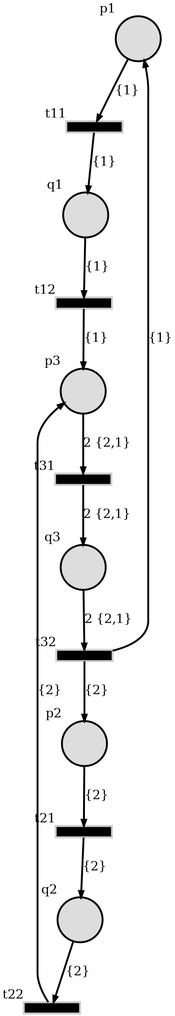
Before: src/timed_net/graph.png, a diagram exported from Graphviz (dmrokan/soyutnet-simulations). Its source is kept beside it as src/timed_net/graph.gv.
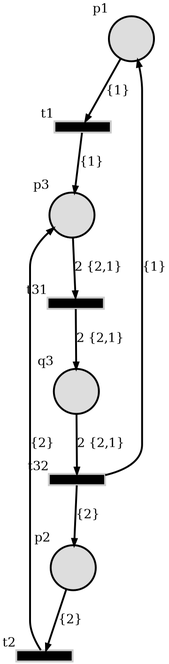
After the commit.

Diff of the diagram source:
```diff
@@ -1,27 +1,19 @@
 digraph Net {
 	subgraph cluster_0 {
 		p1_0 [shape="circle",fontsize="20",style="filled",color="#000000",fillcolor="#dddddd",label="",xlabel="p1",height="1",width="1",penwidth=3];
-		q1_0 [shape="circle",fontsize="20",style="filled",color="#000000",fillcolor="#dddddd",label="",xlabel="q1",height="1",width="1",penwidth=3];
-		t11_0 [shape="box",fontsize="20",style="filled",color="#cccccc",fillcolor="#000000",label="",xlabel="t11",height="0.25",width="1.25",penwidth=3];
-		t12_0 [shape="box",fontsize="20",style="filled",color="#cccccc",fillcolor="#000000",label="",xlabel="t12",height="0.25",width="1.25",penwidth=3];
+		t1_0 [shape="box",fontsize="20",style="filled",color="#cccccc",fillcolor="#000000",label="",xlabel="t1",height="0.25",width="1.25",penwidth=3];
 		p2_0 [shape="circle",fontsize="20",style="filled",color="#000000",fillcolor="#dddddd",label="",xlabel="p2",height="1",width="1",penwidth=3];
-		q2_0 [shape="circle",fontsize="20",style="filled",color="#000000",fillcolor="#dddddd",label="",xlabel="q2",height="1",width="1",penwidth=3];
-		t21_0 [shape="box",fontsize="20",style="filled",color="#cccccc",fillcolor="#000000",label="",xlabel="t21",height="0.25",width="1.25",penwidth=3];
-		t22_0 [shape="box",fontsize="20",style="filled",color="#cccccc",fillcolor="#000000",label="",xlabel="t22",height="0.25",width="1.25",penwidth=3];
+		t2_0 [shape="box",fontsize="20",style="filled",color="#cccccc",fillcolor="#000000",label="",xlabel="t2",height="0.25",width="1.25",penwidth=3];
 		p3_0 [shape="circle",fontsize="20",style="filled",color="#000000",fillcolor="#dddddd",label="",xlabel="p3",height="1",width="1",penwidth=3];
 		q3_0 [shape="circle",fontsize="20",style="filled",color="#000000",fillcolor="#dddddd",label="",xlabel="q3",height="1",width="1",penwidth=3];
 		t31_0 [shape="box",fontsize="20",style="filled",color="#cccccc",fillcolor="#000000",label="",xlabel="t31",height="0.25",width="1.25",penwidth=3];
 		t32_0 [shape="box",fontsize="20",style="filled",color="#cccccc",fillcolor="#000000",label="",xlabel="t32",height="0.25",width="1.25",penwidth=3];
 		t32_0 -> p1_0 [fontsize="20",label="{1}",minlen="2",penwidth="3"];
-		t11_0 -> q1_0 [fontsize="20",label="{1}",minlen="2",penwidth="3"];
-		p1_0 -> t11_0 [fontsize="20",label="{1}",minlen="2",penwidth="3"];
-		q1_0 -> t12_0 [fontsize="20",label="{1}",minlen="2",penwidth="3"];
+		p1_0 -> t1_0 [fontsize="20",label="{1}",minlen="2",penwidth="3"];
 		t32_0 -> p2_0 [fontsize="20",label="{2}",minlen="2",penwidth="3"];
-		t21_0 -> q2_0 [fontsize="20",label="{2}",minlen="2",penwidth="3"];
-		p2_0 -> t21_0 [fontsize="20",label="{2}",minlen="2",penwidth="3"];
-		q2_0 -> t22_0 [fontsize="20",label="{2}",minlen="2",penwidth="3"];
-		t12_0 -> p3_0 [fontsize="20",label="{1}",minlen="2",penwidth="3"];
-		t22_0 -> p3_0 [fontsize="20",label="{2}",minlen="2",penwidth="3"];
+		p2_0 -> t2_0 [fontsize="20",label="{2}",minlen="2",penwidth="3"];
+		t1_0 -> p3_0 [fontsize="20",label="{1}",minlen="2",penwidth="3"];
+		t2_0 -> p3_0 [fontsize="20",label="{2}",minlen="2",penwidth="3"];
 		t31_0 -> q3_0 [fontsize="20",label="2 {2,1}",minlen="2",penwidth="3"];
 		p3_0 -> t31_0 [fontsize="20",label="2 {2,1}",minlen="2",penwidth="3"];
 		q3_0 -> t32_0 [fontsize="20",label="2 {2,1}",minlen="2",penwidth="3"];
```
